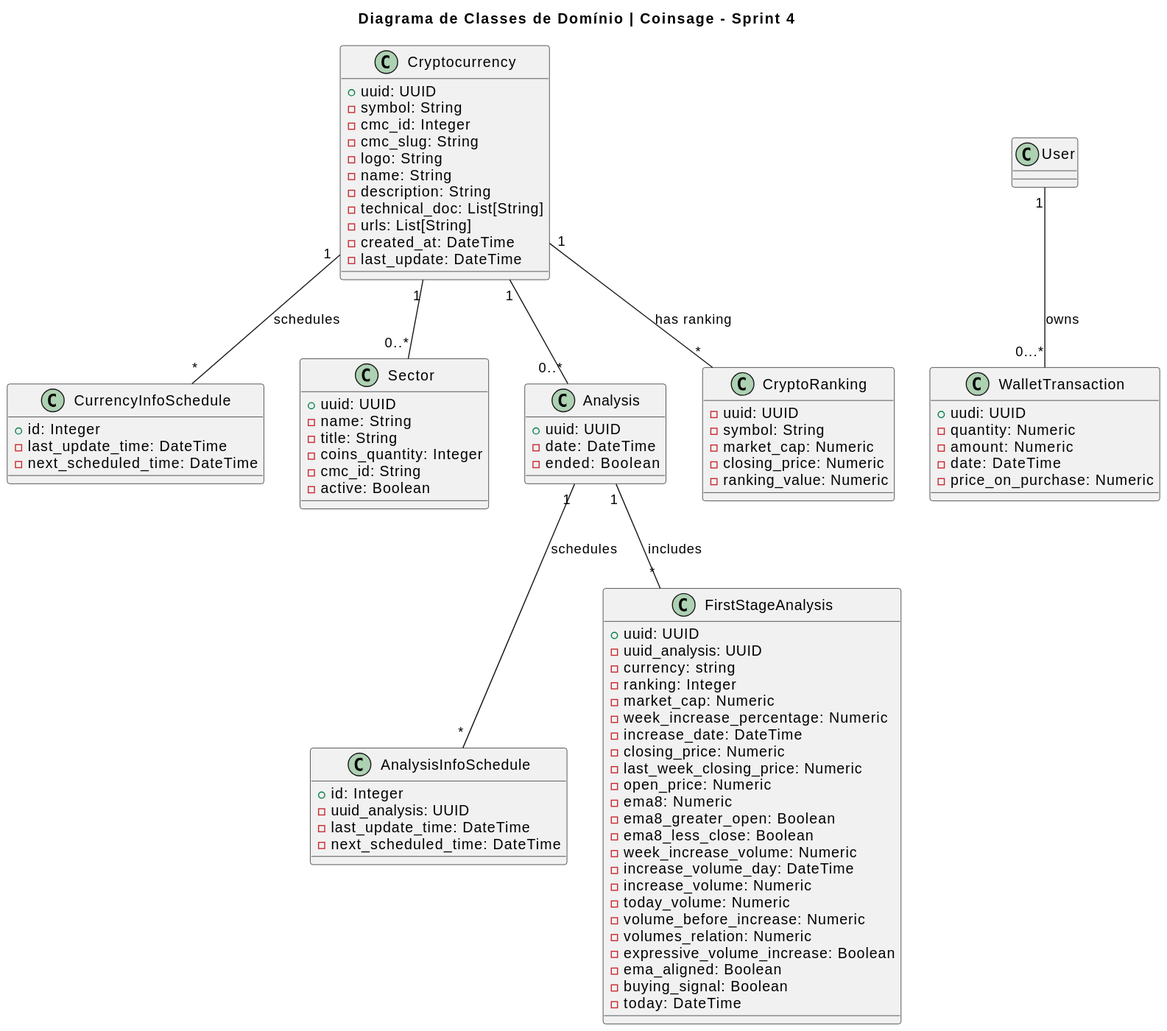
Before: Artefatos/diagramas/diagrama_de_classes/versions/svgs/current.svg, a diagram exported from PlantUML (ICEI-PUC-Minas-PPLES-TI/plf-es-2024-1-ti3-8981100-coinsage).
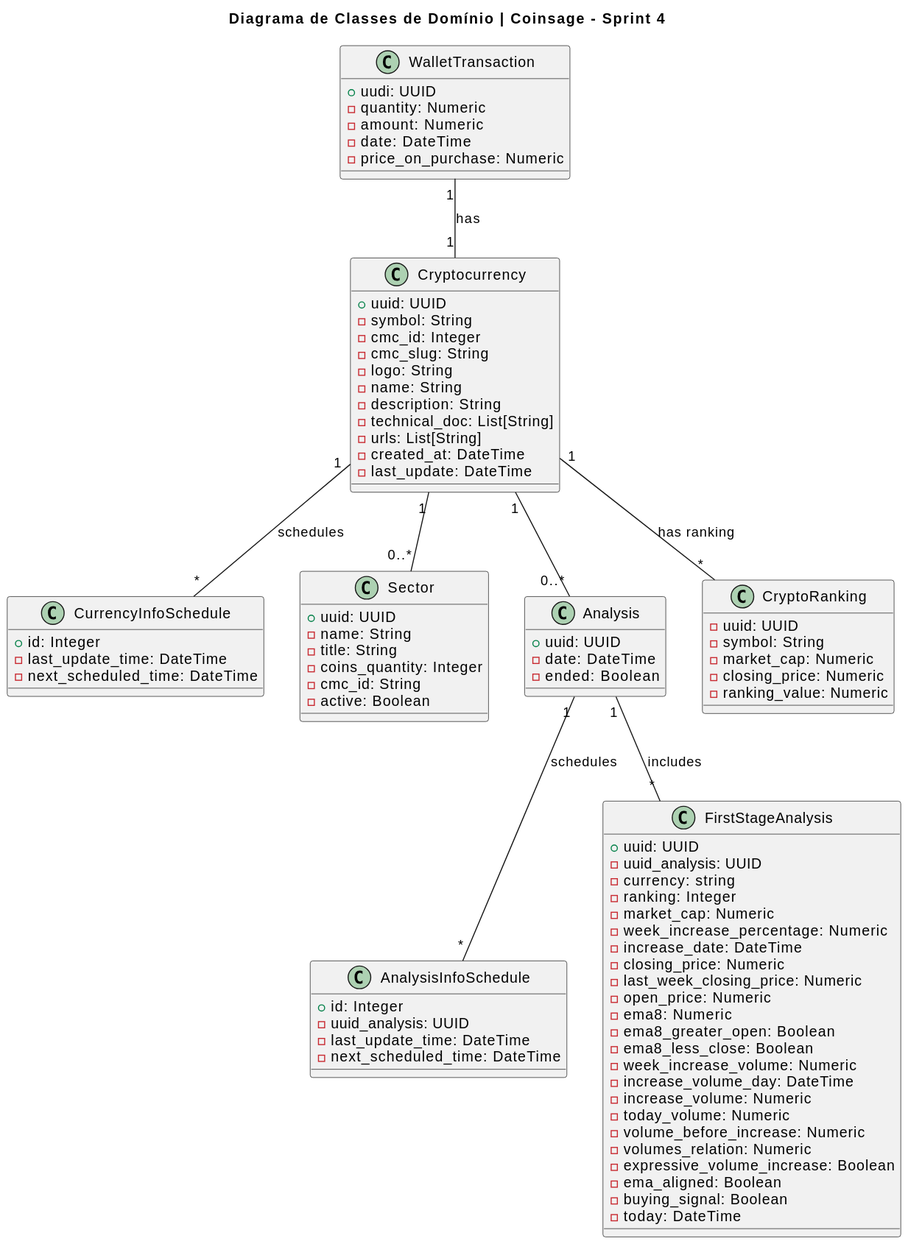
After the commit.

Commit message:
fixing classes diagram

Change to the diagram source:
```diff
@@ -35,9 +35,6 @@
     + uuid: UUID
     - date: DateTime
     - ended: Boolean
-}
-
-class User {
 }
 
 class AnalysisInfoSchedule {
@@ -94,6 +91,6 @@
 Cryptocurrency "1" -- "0..*" Analysis
 Analysis "1" -- "*" AnalysisInfoSchedule : schedules
 Analysis "1" -- "*" FirstStageAnalysis : includes
-User "1" -- "0...*" WalletTransaction : owns
 Cryptocurrency "1" -- "*" CryptoRanking : "has ranking"
+WalletTransaction "1" -- "1" Cryptocurrency : "has"
 @enduml
```
